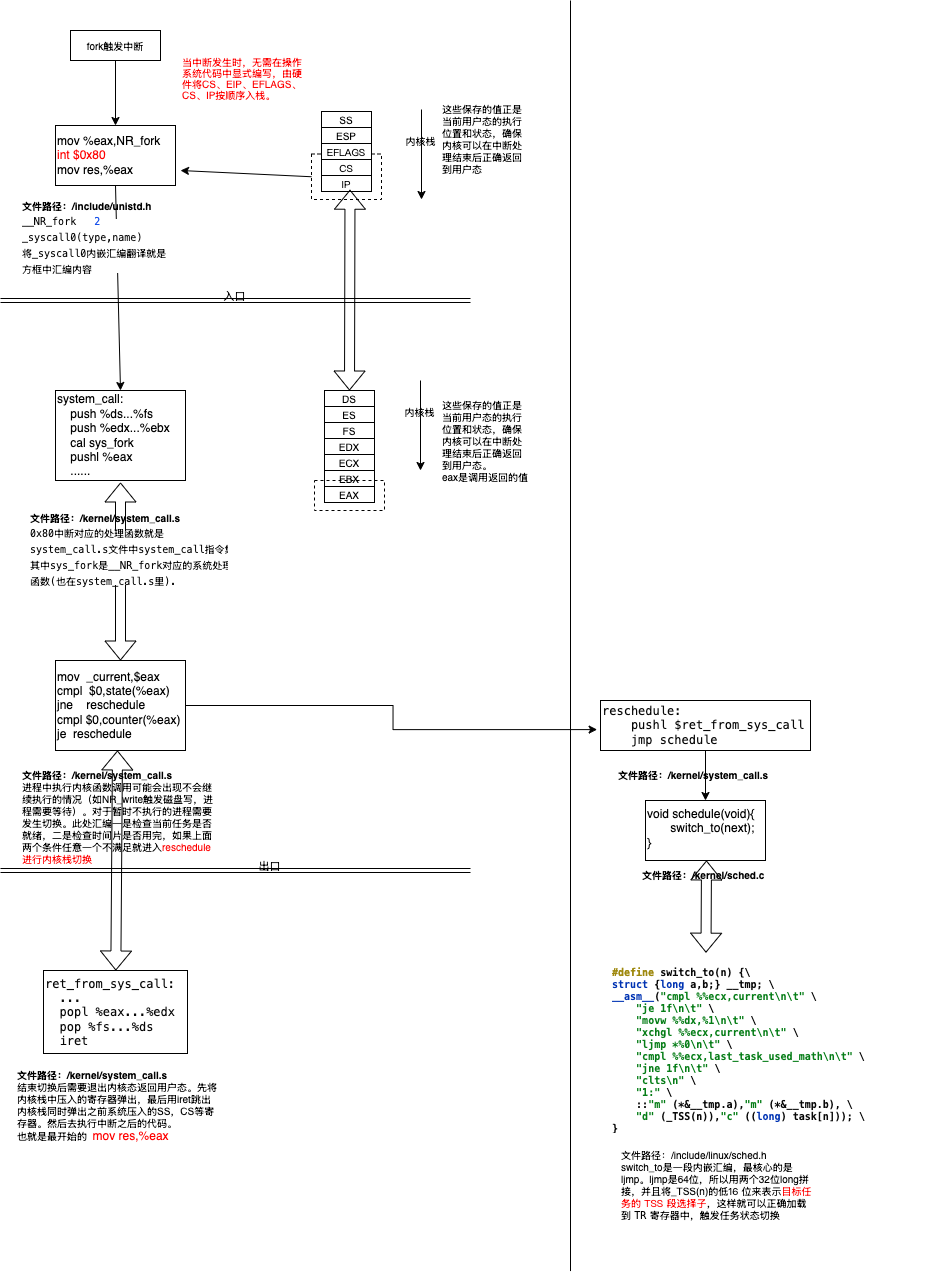
Before: linux_fork.png, a diagram exported from draw.io (zhaole0606/pic). Source tidied: cells renumbered, new cells last; positions are measured from the earlier drawing's top-left corner, leaving out a move shared by most shapes.
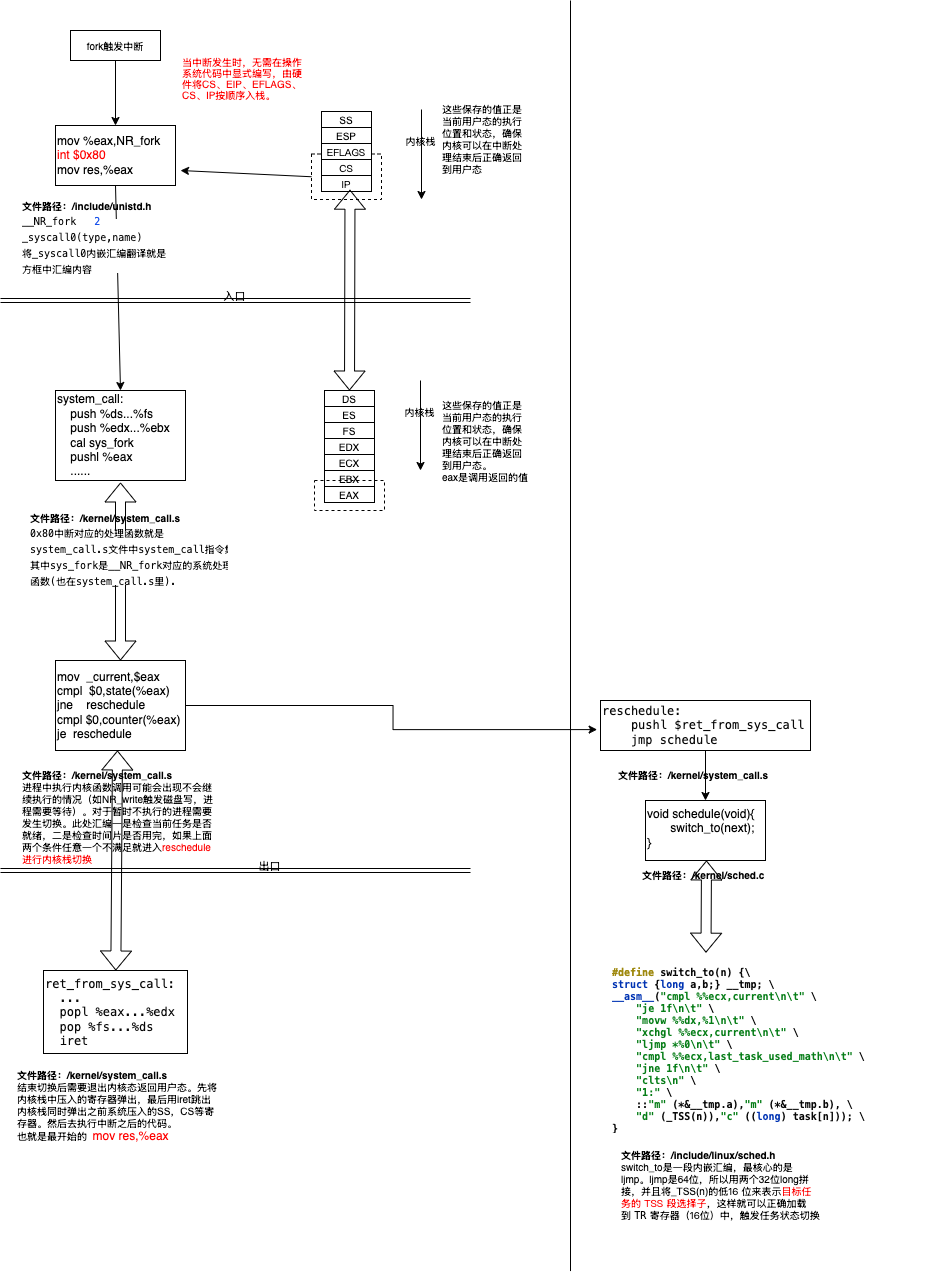
Later version of the same file.

What changed in the source:
```diff
@@ -166,7 +166,7 @@
     <mxCell id="48" style="edgeStyle=orthogonalEdgeStyle;rounded=0;jettySize=auto;html=1;entryX=-0.016;entryY=0.582;entryDx=0;entryDy=0;entryPerimeter=0;" parent="1" edge="1" source="31" target="44">
       <mxGeometry relative="1" as="geometry" />
     </mxCell>
-    <mxCell id="49" value="&lt;br style=&quot;font-size: 10px;&quot;&gt;&lt;span style=&quot;font-size: 10px;&quot;&gt;文件路径：/include/linux/sched.h&lt;/span&gt;&lt;div style=&quot;font-size: 10px;&quot;&gt;switch_to是一段内嵌汇编，最核心的是ljmp。ljmp是64位，所以用两个32位long拼接，并且将_TSS(n)的低&lt;span style=&quot;background-color: initial; caret-color: rgb(0, 0, 0); font-family: -webkit-standard; font-size: 10px;&quot;&gt;16 位来表示&lt;font color=&quot;#ff0000&quot;&gt;目标任务的 TSS 段选择子&lt;/font&gt;，这样就可以正确加载到&lt;span style=&quot;font-size: 10px;&quot; class=&quot;Apple-converted-space&quot;&gt;&amp;nbsp;&lt;/span&gt;&lt;/span&gt;&lt;code style=&quot;background-color: initial; caret-color: rgb(0, 0, 0); font-size: 10px;&quot;&gt;TR&lt;/code&gt;&lt;span style=&quot;background-color: initial; caret-color: rgb(0, 0, 0); font-family: -webkit-standard; font-size: 10px;&quot;&gt;&lt;span style=&quot;font-size: 10px;&quot; class=&quot;Apple-converted-space&quot;&gt;&amp;nbsp;&lt;/span&gt;寄存器中，触发任务状态切换&lt;/span&gt;&lt;/div&gt;" style="text;whiteSpace=wrap;overflow=hidden;rounded=0;verticalAlign=top;fontSize=10;align=left;html=1;labelBackgroundColor=none;fontStyle=0;" parent="1" vertex="1">
+    <mxCell id="49" value="&lt;br style=&quot;font-size: 10px;&quot;&gt;&lt;span style=&quot;font-size: 10px;&quot;&gt;&lt;b&gt;文件路径：/include/linux/sched.h&lt;/b&gt;&lt;/span&gt;&lt;div style=&quot;font-size: 10px;&quot;&gt;switch_to是一段内嵌汇编，最核心的是ljmp。ljmp是64位，所以用两个32位long拼接，并且将_TSS(n)的低&lt;span style=&quot;background-color: initial; caret-color: rgb(0, 0, 0); font-family: -webkit-standard; font-size: 10px;&quot;&gt;16 位来表示&lt;font color=&quot;#ff0000&quot;&gt;目标任务的 TSS 段选择子&lt;/font&gt;，这样就可以正确加载到&lt;span style=&quot;font-size: 10px;&quot; class=&quot;Apple-converted-space&quot;&gt;&amp;nbsp;&lt;/span&gt;&lt;/span&gt;&lt;code style=&quot;background-color: initial; caret-color: rgb(0, 0, 0); font-size: 10px;&quot;&gt;TR&lt;/code&gt;&lt;span style=&quot;background-color: initial; caret-color: rgb(0, 0, 0); font-family: -webkit-standard; font-size: 10px;&quot;&gt;&lt;span style=&quot;font-size: 10px;&quot; class=&quot;Apple-converted-space&quot;&gt;&amp;nbsp;&lt;/span&gt;寄存器（16位）中，触发任务状态切换&lt;/span&gt;&lt;/div&gt;" style="text;whiteSpace=wrap;overflow=hidden;rounded=0;verticalAlign=top;fontSize=10;align=left;html=1;labelBackgroundColor=none;fontStyle=0;" parent="1" vertex="1">
       <mxGeometry x="619" y="1130" width="201" height="100" as="geometry" />
     </mxCell>
     <mxCell id="50" value="&lt;h1 style=&quot;margin-top: 0px; font-size: 10px;&quot;&gt;&lt;div style=&quot;background-color: rgb(255, 255, 255); color: rgb(8, 8, 8); font-size: 10px;&quot;&gt;&lt;pre style=&quot;font-family: &amp;quot;JetBrains Mono&amp;quot;, monospace; font-size: 10px;&quot;&gt;&lt;span style=&quot;color: rgb(158, 136, 13); font-size: 10px;&quot;&gt;#define &lt;/span&gt;switch_to(n) {\&lt;br style=&quot;font-size: 10px;&quot;&gt;&lt;span style=&quot;color: rgb(0, 51, 179); font-size: 10px;&quot;&gt;struct &lt;/span&gt;{&lt;span style=&quot;color: rgb(0, 51, 179); font-size: 10px;&quot;&gt;long &lt;/span&gt;a,b;} __tmp; \&lt;br style=&quot;font-size: 10px;&quot;&gt;&lt;span style=&quot;color: rgb(0, 51, 179); font-size: 10px;&quot;&gt;__asm__&lt;/span&gt;(&lt;span style=&quot;color: rgb(6, 125, 23); font-size: 10px;&quot;&gt;&quot;cmpl %%ecx,current\n\t&quot; &lt;/span&gt;\&lt;br style=&quot;font-size: 10px;&quot;&gt;    &lt;span style=&quot;color: rgb(6, 125, 23); font-size: 10px;&quot;&gt;&quot;je 1f\n\t&quot; &lt;/span&gt;\&lt;br style=&quot;font-size: 10px;&quot;&gt;    &lt;span style=&quot;color: rgb(6, 125, 23); font-size: 10px;&quot;&gt;&quot;movw %%dx,%1\n\t&quot; &lt;/span&gt;\&lt;br style=&quot;font-size: 10px;&quot;&gt;    &lt;span style=&quot;color: rgb(6, 125, 23); font-size: 10px;&quot;&gt;&quot;xchgl %%ecx,current\n\t&quot; &lt;/span&gt;\&lt;br style=&quot;font-size: 10px;&quot;&gt;    &lt;span style=&quot;color: rgb(6, 125, 23); font-size: 10px;&quot;&gt;&quot;ljmp *%0\n\t&quot; &lt;/span&gt;\&lt;br style=&quot;font-size: 10px;&quot;&gt;    &lt;span style=&quot;color: rgb(6, 125, 23); font-size: 10px;&quot;&gt;&quot;cmpl %%ecx,last_task_used_math\n\t&quot; &lt;/span&gt;\&lt;br style=&quot;font-size: 10px;&quot;&gt;    &lt;span style=&quot;color: rgb(6, 125, 23); font-size: 10px;&quot;&gt;&quot;jne 1f\n\t&quot; &lt;/span&gt;\&lt;br style=&quot;font-size: 10px;&quot;&gt;    &lt;span style=&quot;color: rgb(6, 125, 23); font-size: 10px;&quot;&gt;&quot;clts\n&quot; &lt;/span&gt;\&lt;br style=&quot;font-size: 10px;&quot;&gt;    &lt;span style=&quot;color: rgb(6, 125, 23); font-size: 10px;&quot;&gt;&quot;1:&quot; &lt;/span&gt;\&lt;br style=&quot;font-size: 10px;&quot;&gt;    ::&lt;span style=&quot;color: rgb(6, 125, 23); font-size: 10px;&quot;&gt;&quot;m&quot; &lt;/span&gt;(*&amp;amp;__tmp.a),&lt;span style=&quot;color: rgb(6, 125, 23); font-size: 10px;&quot;&gt;&quot;m&quot; &lt;/span&gt;(*&amp;amp;__tmp.b), \&lt;br style=&quot;font-size: 10px;&quot;&gt;    &lt;span style=&quot;color: rgb(6, 125, 23); font-size: 10px;&quot;&gt;&quot;d&quot; &lt;/span&gt;(_TSS(n)),&lt;span style=&quot;color: rgb(6, 125, 23); font-size: 10px;&quot;&gt;&quot;c&quot; &lt;/span&gt;((&lt;span style=&quot;color: rgb(0, 51, 179); font-size: 10px;&quot;&gt;long&lt;/span&gt;) task[n])); \&lt;br style=&quot;font-size: 10px;&quot;&gt;}&lt;/pre&gt;&lt;/div&gt;&lt;/h1&gt;" style="text;html=1;whiteSpace=wrap;overflow=hidden;rounded=0;fontSize=10;" parent="1" vertex="1">
```
